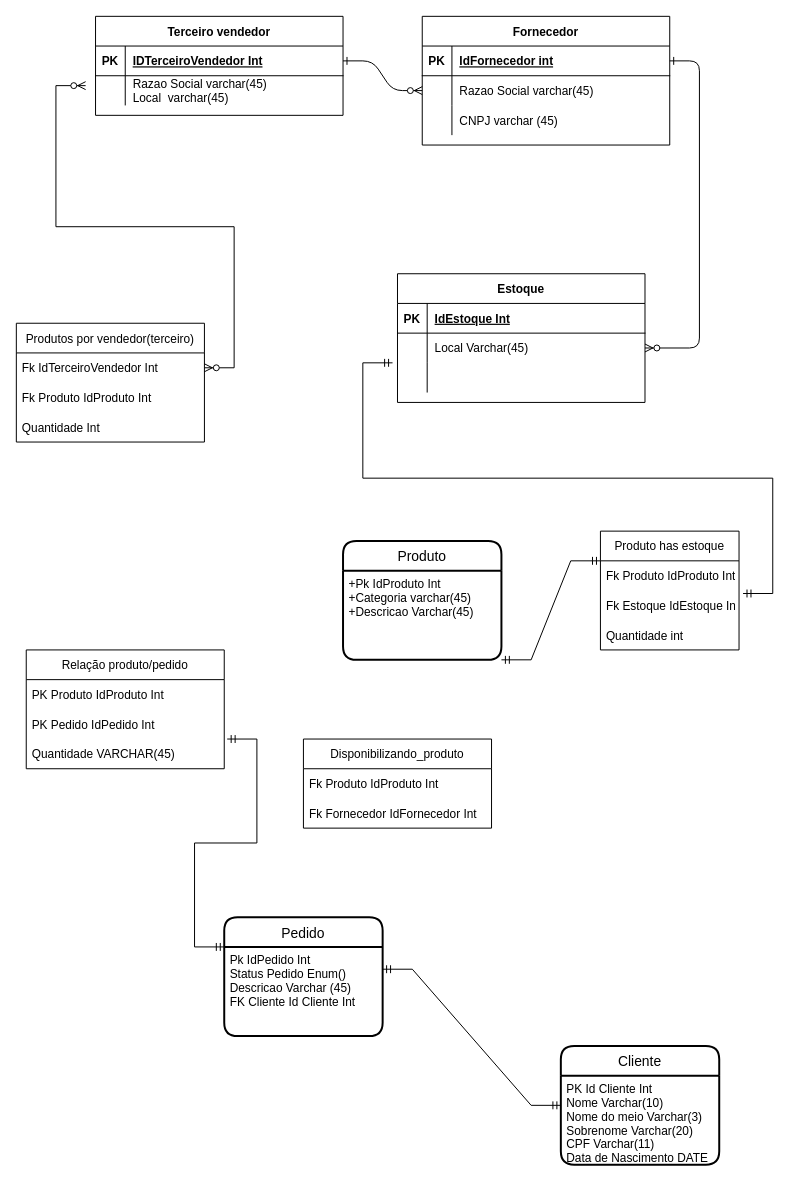
pmarangon/Primeiro_ModeloLogicoBD keeps this draw.io diagram as Diagrama sem nome.drawio. Above is the earlier version. Source tidied: cells renumbered, new cells numbered last; positions are measured from the earlier drawing's top-left corner, leaving out a move shared by most shapes. Both pictures are drawn from the tidied source at 99%, with x=0, y=0 at pixel (16, 16).
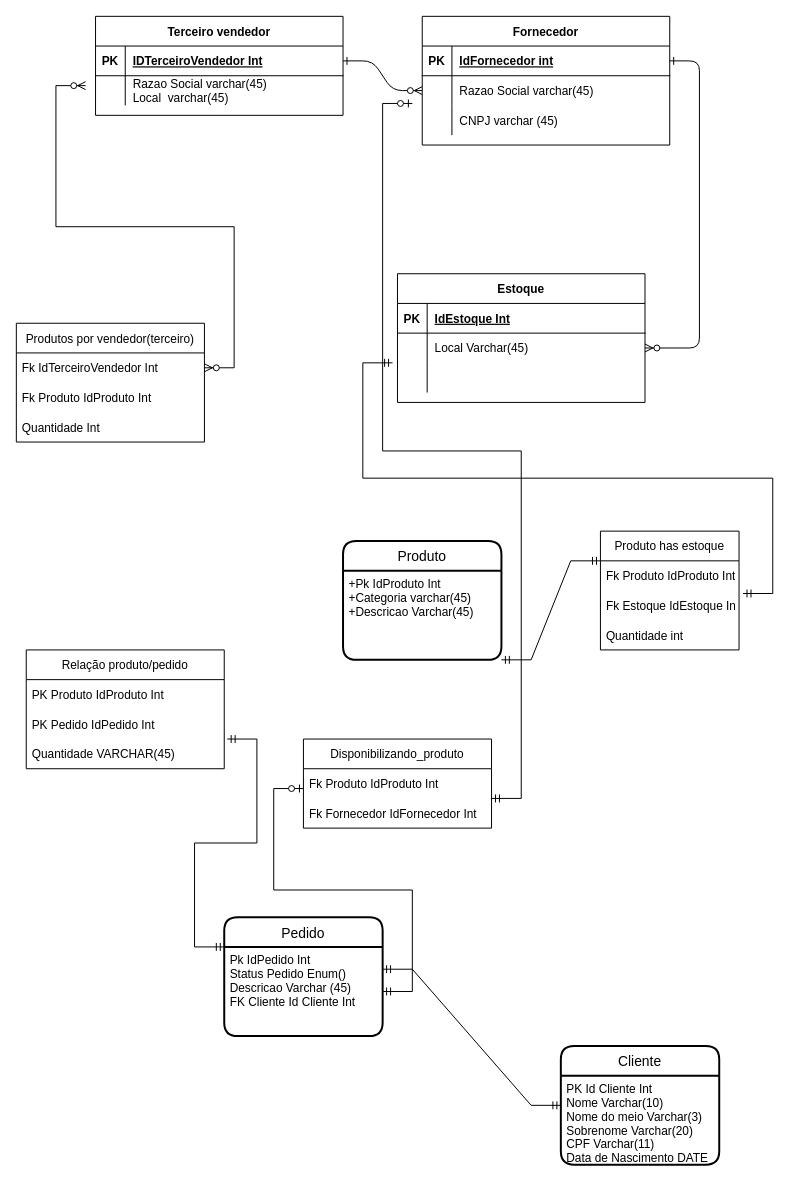
The same diagram, later.

Unchanged cells that the change refers to:
```xml
<mxCell id="51" value="Pk IdPedido Int&#10;Status Pedido Enum()&#10;Descricao Varchar (45)&#10;FK Cliente Id Cliente Int" style="align=left;strokeColor=none;fillColor=none;spacingLeft=4;fontSize=12;verticalAlign=top;" parent="50" vertex="1">
  <mxGeometry y="30" width="160" height="90" as="geometry" />
</mxCell>
```

Diff of the diagram source:
```diff
@@
+    <mxCell id="57" style="edgeStyle=entityRelationEdgeStyle;fontSize=12;html=1;endArrow=ERzeroToOne;startArrow=ERmandOne;rounded=0;exitX=1;exitY=0.5;exitDx=0;exitDy=0;" parent="1" edge="1" source="51">
+      <mxGeometry relative="1" as="geometry">
+        <mxPoint x="290" y="780" as="targetPoint" />
+      </mxGeometry>
+    </mxCell>
+    <mxCell id="58" style="edgeStyle=entityRelationEdgeStyle;fontSize=12;html=1;endArrow=ERzeroToOne;startArrow=ERmandOne;rounded=0;" parent="1" edge="1">
+      <mxGeometry relative="1" as="geometry">
+        <mxPoint x="480" y="790" as="sourcePoint" />
+        <mxPoint x="400" y="88" as="targetPoint" />
+      </mxGeometry>
+    </mxCell>
```
